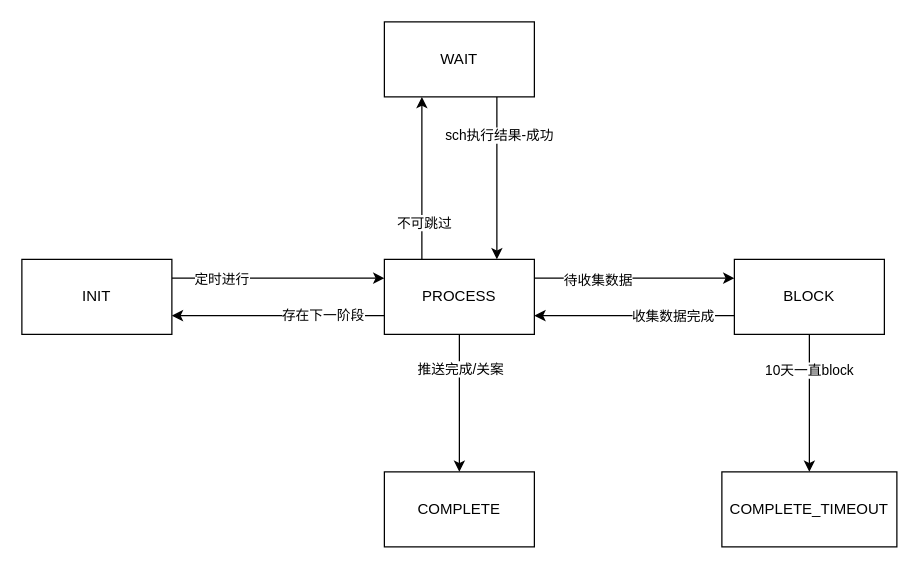
Before: page "IVR发送状态流转" (3 of 5) of 数据变化图.drawio in ABIN-DS/flowchart, a draw.io diagram. Source tidied: cells renumbered, new cells numbered last; positions are measured from the earlier drawing's top-left corner, leaving out a move shared by most shapes. Both pictures are drawn from the tidied source at 125%, with x=0, y=0 at pixel (21, 21).
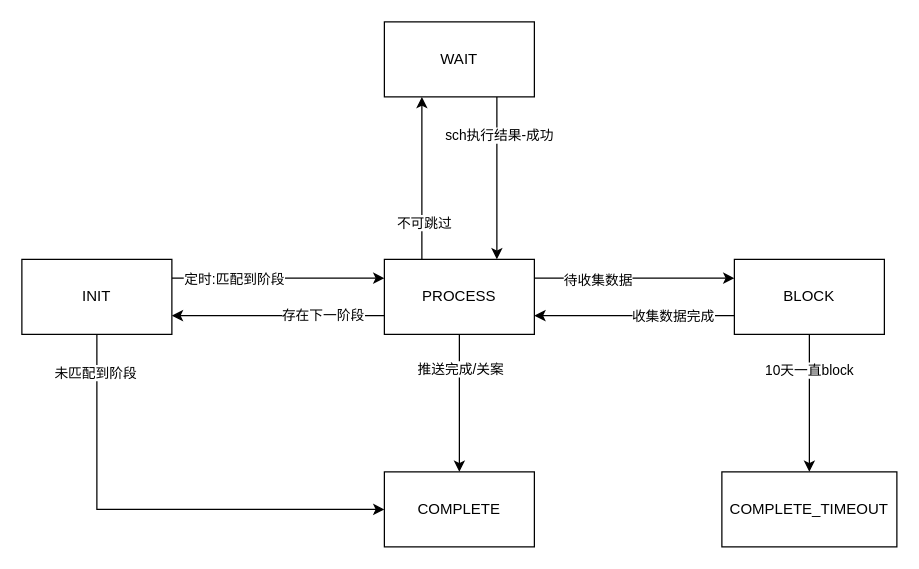
After the change.

Commit message (it also covers changes not shown here):
更新数据变化图.drawio

The change refers to these unchanged cells:
```xml
<mxCell id="16" style="edgeStyle=orthogonalEdgeStyle;rounded=0;jettySize=auto;html=1;entryX=0;entryY=0.25;entryDx=0;entryDy=0;exitX=1;exitY=0.25;exitDx=0;exitDy=0;" parent="1" edge="1" source="18" target="10">
  <mxGeometry relative="1" as="geometry" />
</mxCell>
<mxCell id="18" value="INIT" style="rounded=0;whiteSpace=wrap;html=1;" parent="1" vertex="1">
  <mxGeometry y="190" width="120" height="60" as="geometry" />
</mxCell>
<mxCell id="22" value="COMPLETE" style="rounded=0;whiteSpace=wrap;html=1;" parent="1" vertex="1">
  <mxGeometry x="290" y="360" width="120" height="60" as="geometry" />
</mxCell>
```

Change to the diagram source:
```diff
@@
-    <mxCell id="17" value="定时进行" style="edgeLabel;html=1;align=center;verticalAlign=middle;" parent="16" vertex="1">
+    <mxCell id="17" value="定时:匹配到阶段" style="edgeLabel;html=1;align=center;verticalAlign=middle;" parent="16" vertex="1">
       <mxGeometry x="-0.62" y="1" relative="1" as="geometry">
-        <mxPoint x="7" y="1" as="offset" />
+        <mxPoint x="17" y="1" as="offset" />
       </mxGeometry>
     </mxCell>
+    <mxCell id="24" style="edgeStyle=orthogonalEdgeStyle;rounded=0;jettySize=auto;html=1;entryX=0;entryY=0.5;entryDx=0;entryDy=0;exitX=0.5;exitY=1;exitDx=0;exitDy=0;" parent="1" edge="1" source="18" target="22">
+      <mxGeometry relative="1" as="geometry" />
+    </mxCell>
+    <mxCell id="25" value="未匹配到阶段" style="edgeLabel;html=1;align=center;verticalAlign=middle;" parent="24" vertex="1">
+      <mxGeometry x="-0.81" y="-2" relative="1" as="geometry">
+        <mxPoint y="-5" as="offset" />
+      </mxGeometry>
+    </mxCell>
```
